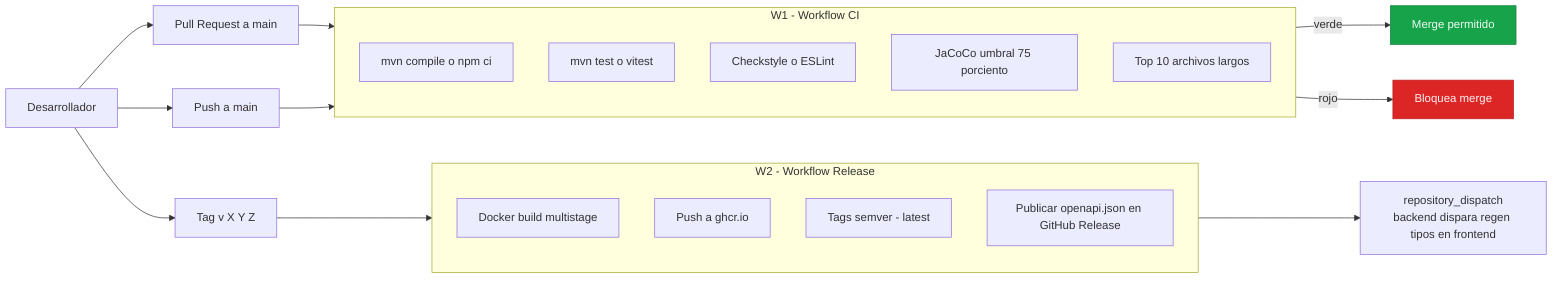
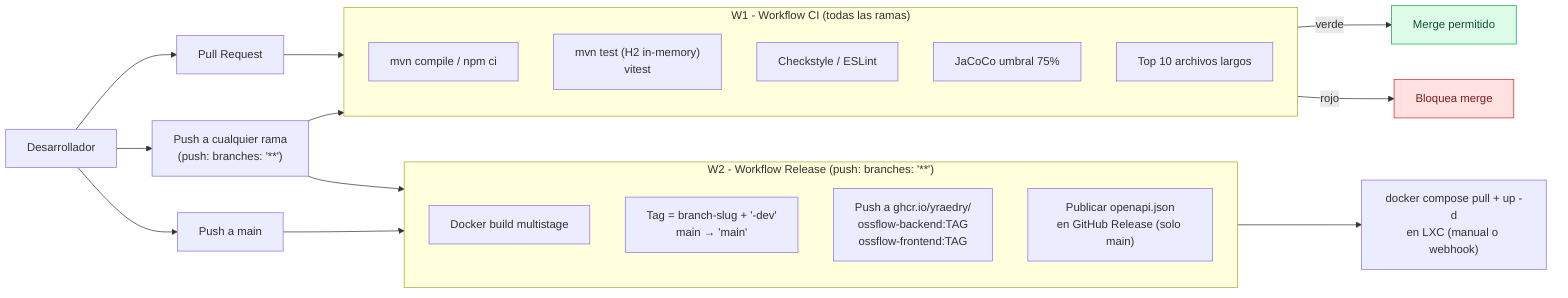
flowchart LR
    Dev[Desarrollador]
-     PR[Pull Request a main]
-     Push[Push a main]
-     Tag[Tag v X Y Z]
+     PR[Pull Request]
+     PushAny["Push a cualquier rama<br/>(push: branches: '**')"]
+     PushMain["Push a main"]

-     subgraph CI["W1 - Workflow CI"]
-         Compile[mvn compile o npm ci]
-         Tests[mvn test o vitest]
-         Lint[Checkstyle o ESLint]
-         Coverage[JaCoCo umbral 75 porciento]
-         GodFiles[Top 10 archivos largos]
+     subgraph CI["W1 - Workflow CI (todas las ramas)"]
+         Compile["mvn compile / npm ci"]
+         Tests["mvn test (H2 in-memory)<br/>vitest"]
+         Lint["Checkstyle / ESLint"]
+         Coverage["JaCoCo umbral 75%"]
+         GodFiles["Top 10 archivos largos"]
    end

-     subgraph Release["W2 - Workflow Release"]
-         Build[Docker build multistage]
-         Push2[Push a ghcr.io]
-         Tags[Tags semver - latest]
-         OpenAPI[Publicar openapi.json en GitHub Release]
+     subgraph Release["W2 - Workflow Release (push: branches: '**')"]
+         Build["Docker build multistage"]
+         TagCalc["Tag = branch-slug + '-dev'<br/>main → 'main'"]
+         Push2["Push a ghcr.io/yraedry/<br/>ossflow-backend:TAG<br/>ossflow-frontend:TAG"]
+         OpenAPI["Publicar openapi.json<br/>en GitHub Release (solo main)"]
    end

-     Sync[repository_dispatch<br/>backend dispara regen tipos en frontend]
+     Deploy["docker compose pull + up -d<br/>en LXC (manual o webhook)"]

    Dev --> PR
-     Dev --> Push
-     Dev --> Tag
+     Dev --> PushAny
+     Dev --> PushMain

    PR --> CI
-     Push --> CI
- 
-     Tag --> Release
-     Release --> Sync
+     PushAny --> CI
+     PushAny --> Release
+     PushMain --> Release

    CI -->|verde| MergeOk[Merge permitido]
    CI -->|rojo| Block[Bloquea merge]

-     classDef ok fill:#16a34a,stroke:#15803d,color:#f0fdf4
-     classDef bad fill:#dc2626,stroke:#b91c1c,color:#fef2f2
+     Release --> Deploy
+ 
+     classDef ok fill:#dcfce7,stroke:#16a34a,color:#14532d
+     classDef bad fill:#fee2e2,stroke:#dc2626,color:#7f1d1d
    class MergeOk ok
    class Block bad
